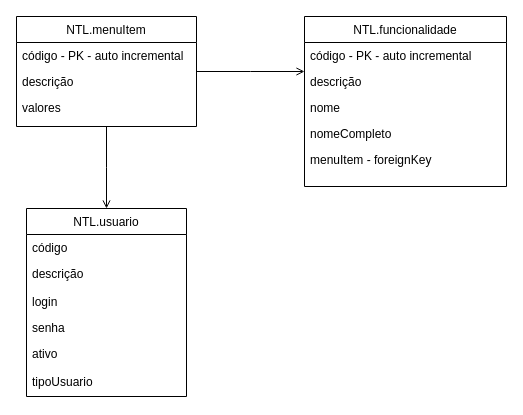
Above: Diagrama sem nome.drawio in annebdutra/draw (draw.io), before the change. Source tidied: cells renumbered, new cells numbered last; positions are measured from the earlier drawing's top-left corner, leaving out a move shared by most shapes. Both pictures are drawn from the tidied source at 100%, with x=0, y=0 at pixel (16, 16).
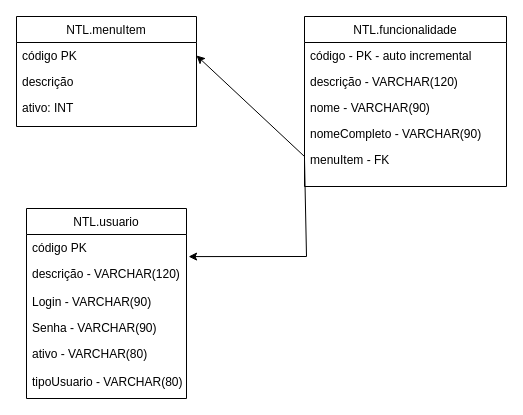
The same diagram, later.

Unchanged cells that the change refers to:
```xml
<mxCell id="2" value="NTL.menuItem" style="swimlane;fontStyle=0;align=center;verticalAlign=top;horizontal=1;startSize=26;rounded=0;shadow=0;strokeWidth=1;" parent="1" vertex="1">
  <mxGeometry width="180" height="110" as="geometry" />
</mxCell>
<mxCell id="13" value="NTL.funcionalidade" style="swimlane;fontStyle=0;align=center;verticalAlign=top;horizontal=1;startSize=26;rounded=0;shadow=0;strokeWidth=1;" parent="1" vertex="1">
  <mxGeometry x="288" width="202" height="170" as="geometry" />
</mxCell>
```

Change to the diagram source:
```diff
@@
-    <mxCell id="3" value="código - PK - auto incremental" style="text;align=left;verticalAlign=top;spacingLeft=4;spacingRight=4;overflow=hidden;points=[[0,0.5],[1,0.5]];portConstraint=eastwest;" parent="2" vertex="1">
+    <mxCell id="3" value="código PK " style="text;align=left;verticalAlign=top;spacingLeft=4;spacingRight=4;overflow=hidden;points=[[0,0.5],[1,0.5]];portConstraint=eastwest;" parent="2" vertex="1">
       <mxGeometry y="26" width="180" height="26" as="geometry" />
     </mxCell>
@@
-    <mxCell id="5" value="valores" style="text;align=left;verticalAlign=top;spacingLeft=4;spacingRight=4;overflow=hidden;rounded=0;shadow=0;html=0;" parent="2" vertex="1">
+    <mxCell id="5" value="ativo: INT" style="text;align=left;verticalAlign=top;spacingLeft=4;spacingRight=4;overflow=hidden;rounded=0;shadow=0;html=0;" parent="2" vertex="1">
       <mxGeometry y="78" width="180" height="26" as="geometry" />
     </mxCell>
     <mxCell id="6" value="NTL.usuario" style="swimlane;fontStyle=0;align=center;verticalAlign=top;horizontal=1;startSize=26;rounded=0;shadow=0;strokeWidth=1;" parent="1" vertex="1">
-      <mxGeometry x="10" y="192" width="160" height="188" as="geometry" />
+      <mxGeometry x="10" y="192" width="160" height="190" as="geometry" />
     </mxCell>
-    <mxCell id="7" value="código" style="text;align=left;verticalAlign=top;spacingLeft=4;spacingRight=4;overflow=hidden;points=[[0,0.5],[1,0.5]];portConstraint=eastwest;" parent="6" vertex="1">
+    <mxCell id="7" value="código PK" style="text;align=left;verticalAlign=top;spacingLeft=4;spacingRight=4;overflow=hidden;points=[[0,0.5],[1,0.5]];portConstraint=eastwest;" parent="6" vertex="1">
       <mxGeometry y="26" width="160" height="26" as="geometry" />
     </mxCell>
-    <mxCell id="8" value="descrição" style="text;align=left;verticalAlign=top;spacingLeft=4;spacingRight=4;overflow=hidden;rounded=0;shadow=0;html=0;" parent="6" vertex="1">
+    <mxCell id="8" value="descrição - VARCHAR(120)" style="text;align=left;verticalAlign=top;spacingLeft=4;spacingRight=4;overflow=hidden;rounded=0;shadow=0;html=0;" parent="6" vertex="1">
       <mxGeometry y="52" width="160" height="28" as="geometry" />
     </mxCell>
-    <mxCell id="9" value="login" style="text;align=left;verticalAlign=top;spacingLeft=4;spacingRight=4;overflow=hidden;" parent="6" vertex="1">
+    <mxCell id="9" value="Login - VARCHAR(90)" style="text;align=left;verticalAlign=top;spacingLeft=4;spacingRight=4;overflow=hidden;" parent="6" vertex="1">
       <mxGeometry y="80" width="160" height="26" as="geometry" />
     </mxCell>
-    <mxCell id="10" value="senha" style="text;align=left;verticalAlign=top;spacingLeft=4;spacingRight=4;overflow=hidden;" parent="6" vertex="1">
+    <mxCell id="10" value="Senha - VARCHAR(90)" style="text;align=left;verticalAlign=top;spacingLeft=4;spacingRight=4;overflow=hidden;" parent="6" vertex="1">
       <mxGeometry y="106" width="160" height="26" as="geometry" />
     </mxCell>
-    <mxCell id="11" value="ativo" style="text;align=left;verticalAlign=top;spacingLeft=4;spacingRight=4;overflow=hidden;" parent="6" vertex="1">
+    <mxCell id="11" value="ativo - VARCHAR(80)&#10;&#10;" style="text;align=left;verticalAlign=top;spacingLeft=4;spacingRight=4;overflow=hidden;" parent="6" vertex="1">
       <mxGeometry y="132" width="160" height="28" as="geometry" />
     </mxCell>
-    <mxCell id="12" value="tipoUsuario" style="text;align=left;verticalAlign=top;spacingLeft=4;spacingRight=4;overflow=hidden;" parent="6" vertex="1">
-      <mxGeometry y="160" width="160" height="18" as="geometry" />
+    <mxCell id="12" value="tipoUsuario - VARCHAR(80)" style="text;align=left;verticalAlign=top;spacingLeft=4;spacingRight=4;overflow=hidden;" parent="6" vertex="1">
+      <mxGeometry y="160" width="160" height="30" as="geometry" />
     </mxCell>
@@
-    <mxCell id="15" value="descrição" style="text;align=left;verticalAlign=top;spacingLeft=4;spacingRight=4;overflow=hidden;rounded=0;shadow=0;html=0;" parent="13" vertex="1">
+    <mxCell id="15" value="descrição - VARCHAR(120)" style="text;align=left;verticalAlign=top;spacingLeft=4;spacingRight=4;overflow=hidden;rounded=0;shadow=0;html=0;" parent="13" vertex="1">
       <mxGeometry y="52" width="202" height="26" as="geometry" />
     </mxCell>
-    <mxCell id="16" value="nome" style="text;align=left;verticalAlign=top;spacingLeft=4;spacingRight=4;overflow=hidden;rounded=0;shadow=0;html=0;" parent="13" vertex="1">
+    <mxCell id="16" value="nome - VARCHAR(90)" style="text;align=left;verticalAlign=top;spacingLeft=4;spacingRight=4;overflow=hidden;rounded=0;shadow=0;html=0;" parent="13" vertex="1">
       <mxGeometry y="78" width="202" height="26" as="geometry" />
     </mxCell>
-    <mxCell id="17" value="nomeCompleto" style="text;align=left;verticalAlign=top;spacingLeft=4;spacingRight=4;overflow=hidden;rounded=0;shadow=0;html=0;" parent="13" vertex="1">
+    <mxCell id="17" value="nomeCompleto - VARCHAR(90)" style="text;align=left;verticalAlign=top;spacingLeft=4;spacingRight=4;overflow=hidden;rounded=0;shadow=0;html=0;" parent="13" vertex="1">
       <mxGeometry y="104" width="202" height="26" as="geometry" />
     </mxCell>
-    <mxCell id="18" value="menuItem - foreignKey" style="text;align=left;verticalAlign=top;spacingLeft=4;spacingRight=4;overflow=hidden;points=[[0,0.5],[1,0.5]];portConstraint=eastwest;rounded=0;shadow=0;html=0;" parent="13" vertex="1">
+    <mxCell id="18" value="menuItem - FK" style="text;align=left;verticalAlign=top;spacingLeft=4;spacingRight=4;overflow=hidden;points=[[0,0.5],[1,0.5]];portConstraint=eastwest;rounded=0;shadow=0;html=0;" parent="13" vertex="1">
       <mxGeometry y="130" width="202" height="26" as="geometry" />
     </mxCell>
-    <mxCell id="19" style="endArrow=open;shadow=0;strokeWidth=1;rounded=0;curved=0;endFill=1;edgeStyle=elbowEdgeStyle;elbow=vertical;" parent="1" edge="1" source="2" target="13">
-      <mxGeometry x="0.5" y="41" relative="1" as="geometry">
-        <mxPoint x="-40" y="32" as="offset" />
-      </mxGeometry>
-    </mxCell>
-    <mxCell id="20" style="endArrow=open;shadow=0;strokeWidth=1;rounded=0;curved=0;endFill=1;edgeStyle=elbowEdgeStyle;elbow=vertical;entryX=0.5;entryY=0;entryDx=0;entryDy=0;exitX=0.5;exitY=1;exitDx=0;exitDy=0;" parent="1" edge="1" source="2" target="6">
-      <mxGeometry x="0.5" y="41" relative="1" as="geometry">
-        <mxPoint x="-40" y="32" as="offset" />
-      </mxGeometry>
-    </mxCell>
+    <mxCell id="21" style="endArrow=classic;html=1;rounded=0;entryX=1;entryY=0.5;entryDx=0;entryDy=0;" parent="1" edge="1" target="3">
+      <mxGeometry relative="1" as="geometry">
+        <mxPoint x="288" y="140" as="sourcePoint" />
+      </mxGeometry>
+    </mxCell>
+    <mxCell id="22" style="endArrow=classic;html=1;rounded=0;exitX=0;exitY=0.5;exitDx=0;exitDy=0;entryX=1.013;entryY=0.85;entryDx=0;entryDy=0;entryPerimeter=0;" parent="1" edge="1" source="18" target="7">
+      <mxGeometry relative="1" as="geometry">
+        <Array as="points">
+          <mxPoint x="290" y="240" />
+        </Array>
+      </mxGeometry>
+    </mxCell>
```
